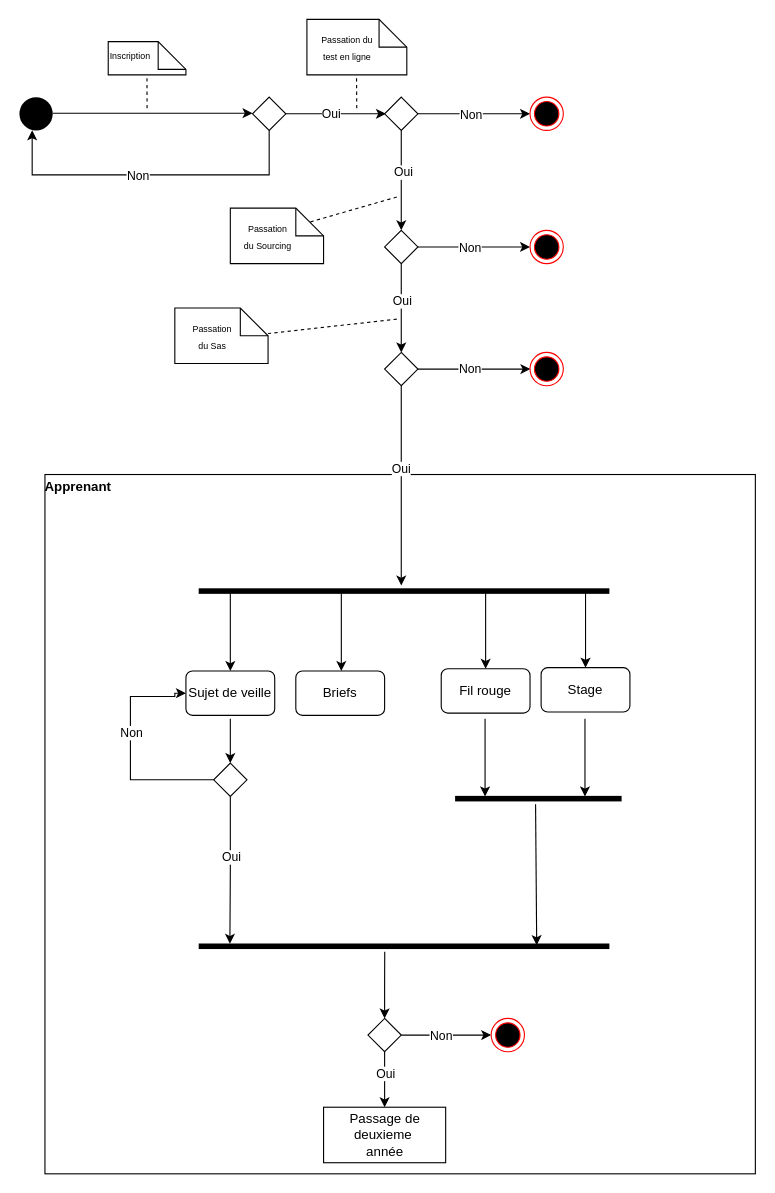
ELMESKINEAnas/Uml keeps this draw.io diagram as Brief 2/Diagramme D'activité.drawio. Above is the earlier version. Source tidied: cells renumbered, new cells numbered last; positions are measured from the earlier drawing's top-left corner, leaving out a move shared by most shapes. Both pictures are drawn from the tidied source at 111%, with x=0, y=0 at pixel (19, 19).
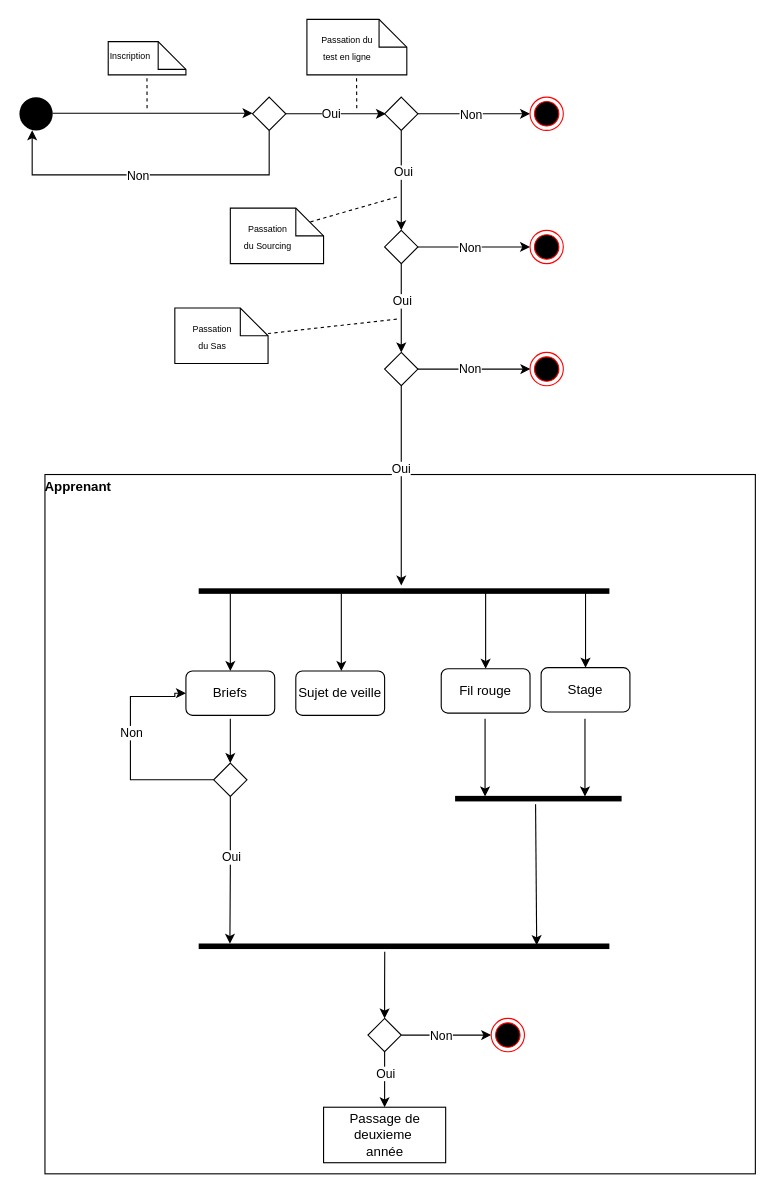
The same page after the edit.

The edit, as a diff of the source:
```diff
@@
-    <mxCell id="33" value="Sujet de veille" style="rounded=1;whiteSpace=wrap;html=1;" parent="1" vertex="1">
+    <mxCell id="33" value="Briefs" style="rounded=1;whiteSpace=wrap;html=1;" parent="1" vertex="1">
       <mxGeometry x="150" y="587" width="80" height="40" as="geometry" />
     </mxCell>
-    <mxCell id="34" value="Briefs" style="rounded=1;whiteSpace=wrap;html=1;" parent="1" vertex="1">
+    <mxCell id="34" value="Sujet de veille" style="rounded=1;whiteSpace=wrap;html=1;" parent="1" vertex="1">
       <mxGeometry x="249" y="587" width="80" height="40" as="geometry" />
     </mxCell>
```
